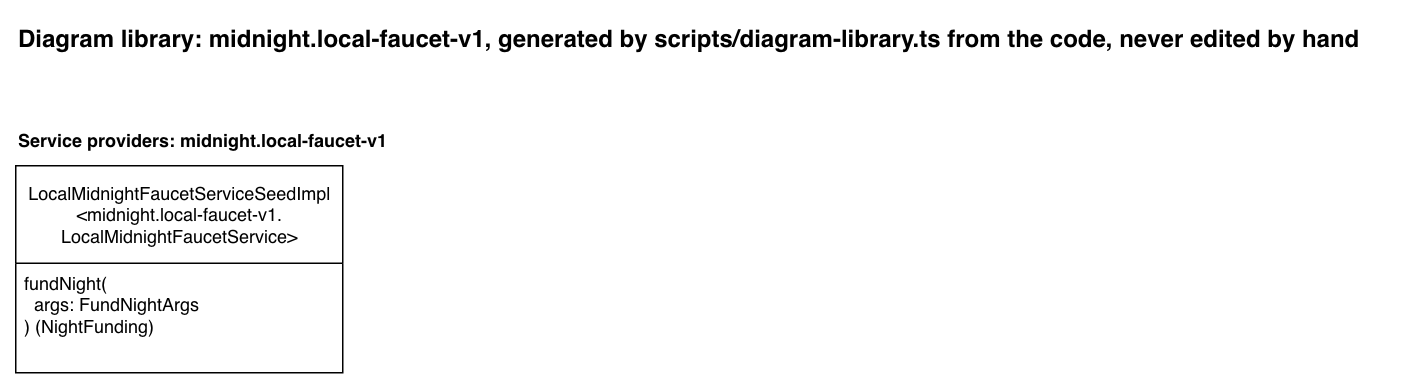
Earlier version of the draw.io export docs/diagram-library/midnight/local-faucet-v1/diagram-library.drawio.png (sig-net/full-stack-demo). Source tidied: cells renumbered, new cells last; positions are measured from the earlier drawing's top-left corner, leaving out a move shared by most shapes.
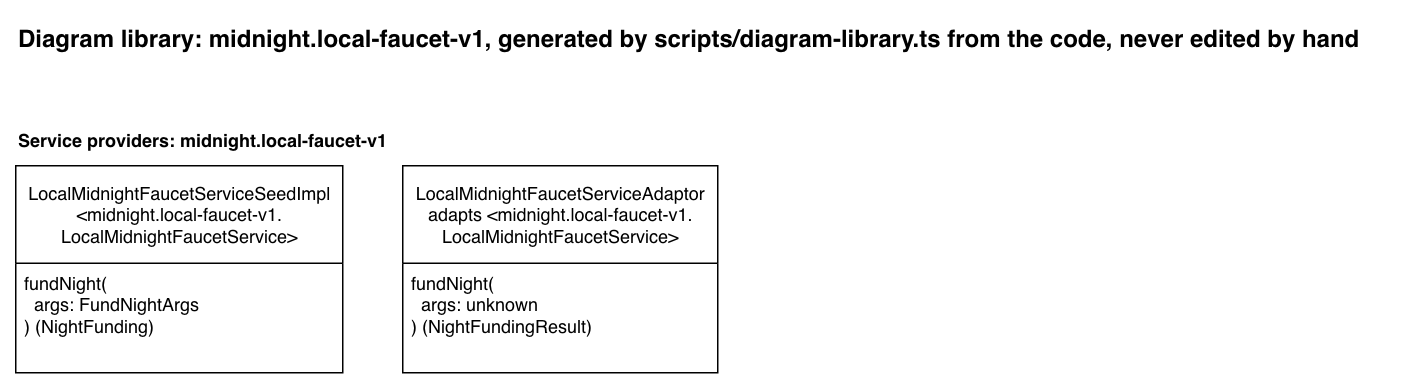
After the commit.

Change to the diagram source:
```diff
@@ -14,5 +14,11 @@
     <mxCell id="5" value="fundNight(&lt;br&gt;&amp;nbsp; args: FundNightArgs&lt;br&gt;) (NightFunding)" style="text;strokeColor=none;fillColor=none;align=left;verticalAlign=top;spacingLeft=4;spacingRight=4;overflow=hidden;whiteSpace=wrap;html=1;" parent="4" vertex="1">
       <mxGeometry y="65" width="218" height="73" as="geometry" />
     </mxCell>
+    <mxCell id="6" value="LocalMidnightFaucetServiceAdaptor&lt;br&gt;adapts &amp;lt;midnight.local-faucet-v1.&lt;br&gt;LocalMidnightFaucetService&amp;gt;" style="swimlane;fontStyle=0;horizontal=1;startSize=65;fillColor=default;html=1;fillStyle=solid;" parent="1" vertex="1">
+      <mxGeometry x="258" y="100" width="210" height="138" as="geometry" />
+    </mxCell>
+    <mxCell id="7" value="fundNight(&lt;br&gt;&amp;nbsp; args: unknown&lt;br&gt;) (NightFundingResult)" style="text;strokeColor=none;fillColor=none;align=left;verticalAlign=top;spacingLeft=4;spacingRight=4;overflow=hidden;whiteSpace=wrap;html=1;" parent="6" vertex="1">
+      <mxGeometry y="65" width="210" height="73" as="geometry" />
+    </mxCell>
   </root>
 </mxGraphModel>
```
